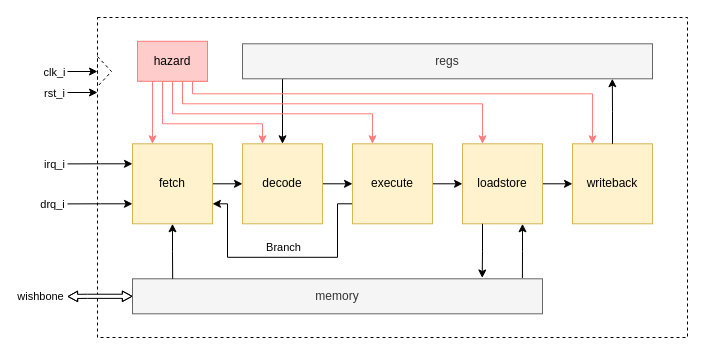
cchaine/ECAP5-DPROC keeps this draw.io diagram as docs/src/assets/architecture.drawio. Above is the earlier version. Source tidied: cells renumbered, new cells numbered last; positions are measured from the earlier drawing's top-left corner, leaving out a move shared by most shapes. Both pictures are drawn from the tidied source at 100%, with x=0, y=0 at pixel (67, 17).
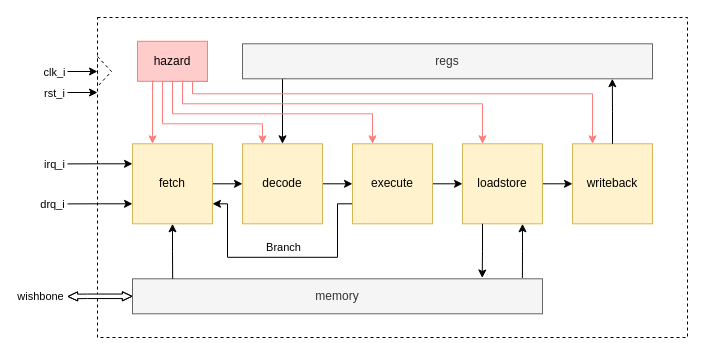
The same page after the edit.

Commit message (it also covers changes not shown here):
Updates the architecture document

Unchanged cells that the change refers to:
```xml
<mxCell id="3" style="group;" parent="1" vertex="1">
  <mxGeometry x="65" y="23.8" width="520" height="272.5" as="geometry" />
</mxCell>
<mxCell id="22" value="memory" style="rounded=0;whiteSpace=wrap;html=1;fillColor=#f5f5f5;fontColor=#333333;strokeColor=#666666;" parent="3" vertex="1">
  <mxGeometry y="237.5" width="410" height="35" as="geometry" />
</mxCell>
```

Change to the diagram source:
```diff
@@
-    <mxCell id="20" style="edgeStyle=orthogonalEdgeStyle;rounded=0;jettySize=auto;html=1;exitX=0;exitY=0.5;exitDx=0;exitDy=0;startArrow=classic;startFill=1;shape=flexArrow;width=4.150943396226415;endSize=2.876136363636363;endWidth=5.323756432246998;startWidth=5.323756432246998;startSize=2.876136363636363;fillColor=default;" parent="3" edge="1" source="22">
+    <mxCell id="20" style="edgeStyle=orthogonalEdgeStyle;rounded=0;jettySize=auto;html=1;exitX=0;exitY=0.5;exitDx=0;exitDy=0;startArrow=classic;startFill=1;shape=flexArrow;width=4.498269896193772;endSize=2.876136363636363;endWidth=3.58137474407634;startWidth=3.58137474407634;startSize=2.876136363636363;fillColor=default;" parent="3" edge="1" source="22">
       <mxGeometry relative="1" as="geometry">
         <mxPoint x="-65" y="255.2" as="targetPoint" />
         <Array as="points">
           <mxPoint x="-45" y="255" />
         </Array>
       </mxGeometry>
     </mxCell>
```
